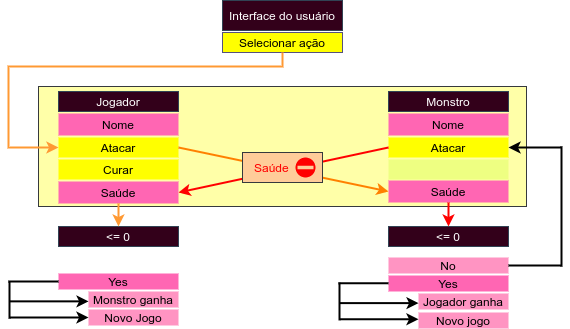
Above: midia/code_structure_B-AAK.png in mateusnssp/CursoPython (draw.io), before the change. Source tidied: cells renumbered, new cells last; positions are measured from the earlier drawing's top-left corner, leaving out a move shared by most shapes. Source of this version:
```xml
<mxGraphModel>
  <root>
    <mxCell id="0" />
    <mxCell id="1" parent="0" />
    <mxCell id="2" value="Interface do usuário" style="whiteSpace=wrap;html=1;strokeColor=#314354;fontColor=#ffffff;fillColor=#33001A;fontFamily=Helvetica;" parent="1" vertex="1">
      <mxGeometry x="214" width="120" height="30" as="geometry" />
    </mxCell>
    <mxCell id="3" value="Selecionar ação" style="whiteSpace=wrap;html=1;strokeColor=#56517e;fillColor=#FFFF00;fontFamily=Helvetica;" parent="1" vertex="1">
      <mxGeometry x="214" y="32" width="120" height="20" as="geometry" />
    </mxCell>
    <mxCell id="4" style="rounded=0;whiteSpace=wrap;html=1;fontFamily=Helvetica;strokeColor=#36393d;fillColor=#FFFFA8;" parent="1" vertex="1">
      <mxGeometry x="30" y="86" width="488" height="120" as="geometry" />
    </mxCell>
    <mxCell id="5" value="Monstro" style="whiteSpace=wrap;html=1;strokeColor=#314354;fontColor=#ffffff;fillColor=#33001A;fontFamily=Helvetica;" parent="1" vertex="1">
      <mxGeometry x="380" y="91" width="120" height="20" as="geometry" />
    </mxCell>
    <mxCell id="6" value="Jogador" style="whiteSpace=wrap;html=1;strokeColor=#314354;fontColor=#ffffff;fillColor=#33001A;fontFamily=Helvetica;" parent="1" vertex="1">
      <mxGeometry x="50" y="91" width="120" height="20" as="geometry" />
    </mxCell>
    <mxCell id="7" value="Nome" style="whiteSpace=wrap;html=1;align=center;fontFamily=Helvetica;fillColor=#FF66B3;strokeColor=none;" parent="1" vertex="1">
      <mxGeometry x="50" y="113" width="120" height="22" as="geometry" />
    </mxCell>
    <mxCell id="8" value="Saúde" style="whiteSpace=wrap;html=1;align=center;fontFamily=Helvetica;fillColor=#FF66B3;strokeColor=none;" parent="1" vertex="1">
      <mxGeometry x="50" y="181" width="120" height="22" as="geometry" />
    </mxCell>
    <mxCell id="9" value="Saúde" style="whiteSpace=wrap;html=1;align=center;fontFamily=Helvetica;fillColor=#FF66B3;strokeColor=none;" parent="1" vertex="1">
      <mxGeometry x="380" y="180" width="120" height="22" as="geometry" />
    </mxCell>
    <mxCell id="10" value="Nome" style="whiteSpace=wrap;html=1;align=center;fontFamily=Helvetica;fillColor=#FF66B3;strokeColor=none;" parent="1" vertex="1">
      <mxGeometry x="380" y="113" width="120" height="22" as="geometry" />
    </mxCell>
    <mxCell id="11" value="Atacar" style="whiteSpace=wrap;html=1;fillColor=#FFFF00;fontFamily=Helvetica;strokeColor=none;" parent="1" vertex="1">
      <mxGeometry x="50" y="137" width="120" height="20" as="geometry" />
    </mxCell>
    <mxCell id="12" value="Curar" style="whiteSpace=wrap;html=1;fillColor=#FFFF00;fontFamily=Helvetica;strokeColor=none;" parent="1" vertex="1">
      <mxGeometry x="50" y="159" width="120" height="20" as="geometry" />
    </mxCell>
    <mxCell id="13" value="Atacar" style="whiteSpace=wrap;html=1;fillColor=#FFFF00;fontFamily=Helvetica;strokeColor=none;" parent="1" vertex="1">
      <mxGeometry x="380" y="137" width="120" height="20" as="geometry" />
    </mxCell>
    <mxCell id="14" style="whiteSpace=wrap;html=1;fontFamily=Helvetica;strokeColor=none;fillColor=#EEFF82;" parent="1" vertex="1">
      <mxGeometry x="380" y="159" width="120" height="20" as="geometry" />
    </mxCell>
    <mxCell id="15" style="endArrow=classic;html=1;fontFamily=Helvetica;exitX=1;exitY=0.5;exitDx=0;exitDy=0;entryX=0;entryY=0.5;entryDx=0;entryDy=0;strokeColor=#FF8000;strokeWidth=2;" parent="1" edge="1" source="11" target="9">
      <mxGeometry relative="1" as="geometry" />
    </mxCell>
    <mxCell id="16" style="endArrow=classic;html=1;fontFamily=Helvetica;exitX=0;exitY=0.5;exitDx=0;exitDy=0;entryX=1;entryY=0.5;entryDx=0;entryDy=0;strokeColor=#FF0000;strokeWidth=2;" parent="1" edge="1" source="13" target="8">
      <mxGeometry relative="1" as="geometry" />
    </mxCell>
    <mxCell id="17" value="&lt;font color=&quot;#ff0000&quot;&gt;&amp;nbsp; &amp;nbsp;Saúde&lt;/font&gt;" style="rounded=0;whiteSpace=wrap;html=1;fillColor=#ffcc99;fontFamily=Helvetica;strokeColor=#36393d;align=left;" parent="1" vertex="1">
      <mxGeometry x="234" y="152" width="80" height="30" as="geometry" />
    </mxCell>
    <mxCell id="18" style="shape=mxgraph.signs.safety.no_entry;html=1;strokeColor=none;verticalLabelPosition=bottom;verticalAlign=top;align=center;fontFamily=Helvetica;fillColor=#FF0000;" parent="1" vertex="1">
      <mxGeometry x="287" y="157" width="20" height="20" as="geometry" />
    </mxCell>
    <mxCell id="19" style="edgeStyle=orthogonalEdgeStyle;rounded=0;jettySize=auto;html=1;fontFamily=Helvetica;strokeWidth=2;strokeColor=#FF9933;entryX=0;entryY=0.5;entryDx=0;entryDy=0;" parent="1" edge="1" source="3" target="11">
      <mxGeometry relative="1" as="geometry">
        <Array as="points">
          <mxPoint x="274" y="66" />
          <mxPoint y="66" />
          <mxPoint y="147" />
        </Array>
      </mxGeometry>
    </mxCell>
    <mxCell id="20" value="&amp;lt;= 0" style="whiteSpace=wrap;html=1;strokeColor=#314354;fontColor=#ffffff;fillColor=#33001A;fontFamily=Helvetica;" parent="1" vertex="1">
      <mxGeometry x="50" y="226" width="120" height="20" as="geometry" />
    </mxCell>
    <mxCell id="21" value="&amp;lt;= 0" style="whiteSpace=wrap;html=1;strokeColor=#314354;fontColor=#ffffff;fillColor=#33001A;fontFamily=Helvetica;" parent="1" vertex="1">
      <mxGeometry x="380" y="226" width="120" height="20" as="geometry" />
    </mxCell>
    <mxCell id="22" style="endArrow=classic;html=1;strokeColor=#FF9933;strokeWidth=2;fontFamily=Helvetica;exitX=0.5;exitY=1;exitDx=0;exitDy=0;" parent="1" edge="1" source="8" target="20">
      <mxGeometry relative="1" as="geometry" />
    </mxCell>
    <mxCell id="23" style="endArrow=classic;html=1;strokeWidth=2;fontFamily=Helvetica;entryX=0.5;entryY=0;entryDx=0;entryDy=0;exitX=0.5;exitY=1;exitDx=0;exitDy=0;strokeColor=#FF0000;" parent="1" edge="1" source="9" target="21">
      <mxGeometry relative="1" as="geometry" />
    </mxCell>
    <mxCell id="24" value="Yes" style="whiteSpace=wrap;html=1;align=center;fontFamily=Helvetica;fillColor=#FF66B3;strokeColor=none;" parent="1" vertex="1">
      <mxGeometry x="380" y="275" width="120" height="16" as="geometry" />
    </mxCell>
    <mxCell id="25" value="No" style="whiteSpace=wrap;html=1;align=center;fontFamily=Helvetica;strokeColor=none;fillColor=#FF94C2;" parent="1" vertex="1">
      <mxGeometry x="380" y="257" width="120" height="16" as="geometry" />
    </mxCell>
    <mxCell id="26" value="Yes" style="whiteSpace=wrap;html=1;align=center;fontFamily=Helvetica;fillColor=#FF66B3;strokeColor=none;" parent="1" vertex="1">
      <mxGeometry x="50" y="273" width="120" height="16" as="geometry" />
    </mxCell>
    <mxCell id="27" value="Jogador ganha" style="whiteSpace=wrap;html=1;align=center;fontFamily=Helvetica;strokeColor=none;fillColor=#FF94C2;" parent="1" vertex="1">
      <mxGeometry x="410" y="293" width="90" height="16" as="geometry" />
    </mxCell>
    <mxCell id="28" value="Novo jogo" style="whiteSpace=wrap;html=1;align=center;fontFamily=Helvetica;strokeColor=none;fillColor=#FF94C2;" parent="1" vertex="1">
      <mxGeometry x="410" y="312" width="90" height="16" as="geometry" />
    </mxCell>
    <mxCell id="29" value="Monstro ganha" style="whiteSpace=wrap;html=1;align=center;fontFamily=Helvetica;strokeColor=none;fillColor=#FF94C2;" parent="1" vertex="1">
      <mxGeometry x="80" y="291" width="90" height="16" as="geometry" />
    </mxCell>
    <mxCell id="30" value="Novo Jogo" style="whiteSpace=wrap;html=1;align=center;fontFamily=Helvetica;strokeColor=none;fillColor=#FF94C2;" parent="1" vertex="1">
      <mxGeometry x="80" y="309" width="90" height="16" as="geometry" />
    </mxCell>
    <mxCell id="31" style="endArrow=none;html=1;strokeWidth=2;fontFamily=Helvetica;exitX=0;exitY=0.5;exitDx=0;exitDy=0;" parent="1" edge="1" source="26">
      <mxGeometry relative="1" as="geometry">
        <mxPoint y="281" as="targetPoint" />
      </mxGeometry>
    </mxCell>
    <mxCell id="32" style="endArrow=none;html=1;strokeWidth=2;fontFamily=Helvetica;" parent="1" edge="1">
      <mxGeometry relative="1" as="geometry">
        <mxPoint x="1" y="280.5" as="sourcePoint" />
        <mxPoint x="1" y="318" as="targetPoint" />
      </mxGeometry>
    </mxCell>
    <mxCell id="33" style="endArrow=classic;html=1;strokeWidth=2;fontFamily=Helvetica;entryX=0;entryY=0.5;entryDx=0;entryDy=0;" parent="1" edge="1" target="30">
      <mxGeometry relative="1" as="geometry">
        <mxPoint x="1" y="317" as="sourcePoint" />
      </mxGeometry>
    </mxCell>
    <mxCell id="34" style="endArrow=classic;html=1;strokeWidth=2;fontFamily=Helvetica;entryX=0;entryY=0.5;entryDx=0;entryDy=0;" parent="1" edge="1">
      <mxGeometry relative="1" as="geometry">
        <mxPoint x="1" y="300.9" as="sourcePoint" />
        <mxPoint x="80" y="300.9" as="targetPoint" />
      </mxGeometry>
    </mxCell>
    <mxCell id="35" style="endArrow=none;html=1;strokeWidth=2;fontFamily=Helvetica;exitX=0;exitY=0.5;exitDx=0;exitDy=0;" parent="1" edge="1">
      <mxGeometry relative="1" as="geometry">
        <mxPoint x="380" y="282.8" as="sourcePoint" />
        <mxPoint x="330" y="282.8" as="targetPoint" />
      </mxGeometry>
    </mxCell>
    <mxCell id="36" style="endArrow=none;html=1;strokeWidth=2;fontFamily=Helvetica;" parent="1" edge="1">
      <mxGeometry relative="1" as="geometry">
        <mxPoint x="331" y="282.2" as="sourcePoint" />
        <mxPoint x="331" y="319.8" as="targetPoint" />
      </mxGeometry>
    </mxCell>
    <mxCell id="37" style="endArrow=classic;html=1;strokeWidth=2;fontFamily=Helvetica;entryX=0;entryY=0.5;entryDx=0;entryDy=0;" parent="1" edge="1">
      <mxGeometry relative="1" as="geometry">
        <mxPoint x="331" y="318.8" as="sourcePoint" />
        <mxPoint x="410" y="318.8" as="targetPoint" />
      </mxGeometry>
    </mxCell>
    <mxCell id="38" style="endArrow=classic;html=1;strokeWidth=2;fontFamily=Helvetica;entryX=0;entryY=0.5;entryDx=0;entryDy=0;" parent="1" edge="1">
      <mxGeometry relative="1" as="geometry">
        <mxPoint x="331" y="302.6" as="sourcePoint" />
        <mxPoint x="410" y="302.6" as="targetPoint" />
      </mxGeometry>
    </mxCell>
    <mxCell id="39" style="endArrow=classic;html=1;strokeColor=#000000;strokeWidth=2;fontFamily=Helvetica;entryX=1;entryY=0.5;entryDx=0;entryDy=0;" parent="1" edge="1" target="13">
      <mxGeometry relative="1" as="geometry">
        <mxPoint x="553" y="147" as="sourcePoint" />
      </mxGeometry>
    </mxCell>
    <mxCell id="40" style="endArrow=none;html=1;strokeColor=#000000;strokeWidth=2;fontFamily=Helvetica;exitX=1;exitY=0.5;exitDx=0;exitDy=0;" parent="1" edge="1" source="25">
      <mxGeometry relative="1" as="geometry">
        <mxPoint x="553" y="265" as="targetPoint" />
      </mxGeometry>
    </mxCell>
    <mxCell id="41" style="endArrow=none;html=1;strokeColor=#000000;strokeWidth=2;fontFamily=Helvetica;" parent="1" edge="1">
      <mxGeometry relative="1" as="geometry">
        <mxPoint x="553" y="266" as="sourcePoint" />
        <mxPoint x="553" y="146" as="targetPoint" />
      </mxGeometry>
    </mxCell>
  </root>
</mxGraphModel>
```
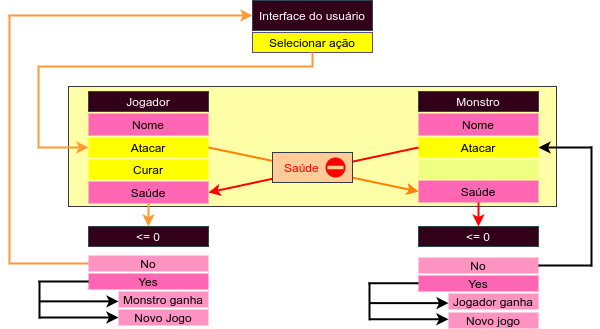
The same diagram one commit later.

Commit message:
fluxograma atualizado

What changed in the source:
```diff
@@ -157,5 +157,24 @@
         <mxPoint x="553" y="146" as="targetPoint" />
       </mxGeometry>
     </mxCell>
+    <mxCell id="42" value="No" style="whiteSpace=wrap;html=1;align=center;fontFamily=Helvetica;strokeColor=none;fillColor=#FF94C2;" parent="1" vertex="1">
+      <mxGeometry x="50" y="255" width="120" height="16" as="geometry" />
+    </mxCell>
+    <mxCell id="43" style="endArrow=none;html=1;strokeWidth=2;fontFamily=Helvetica;strokeColor=#FF9933;entryX=0;entryY=0.5;entryDx=0;entryDy=0;" parent="1" edge="1" target="42">
+      <mxGeometry relative="1" as="geometry">
+        <mxPoint x="-30" y="263" as="sourcePoint" />
+      </mxGeometry>
+    </mxCell>
+    <mxCell id="44" style="endArrow=none;html=1;strokeWidth=2;fontFamily=Helvetica;strokeColor=#FF9933;" parent="1" edge="1">
+      <mxGeometry relative="1" as="geometry">
+        <mxPoint x="-29" y="262" as="sourcePoint" />
+        <mxPoint x="-29" y="15" as="targetPoint" />
+      </mxGeometry>
+    </mxCell>
+    <mxCell id="45" style="endArrow=classic;html=1;strokeColor=#FF9933;strokeWidth=2;fontFamily=Helvetica;entryX=0;entryY=0.5;entryDx=0;entryDy=0;" parent="1" edge="1" target="2">
+      <mxGeometry relative="1" as="geometry">
+        <mxPoint x="-30" y="15" as="sourcePoint" />
+      </mxGeometry>
+    </mxCell>
   </root>
 </mxGraphModel>
```
